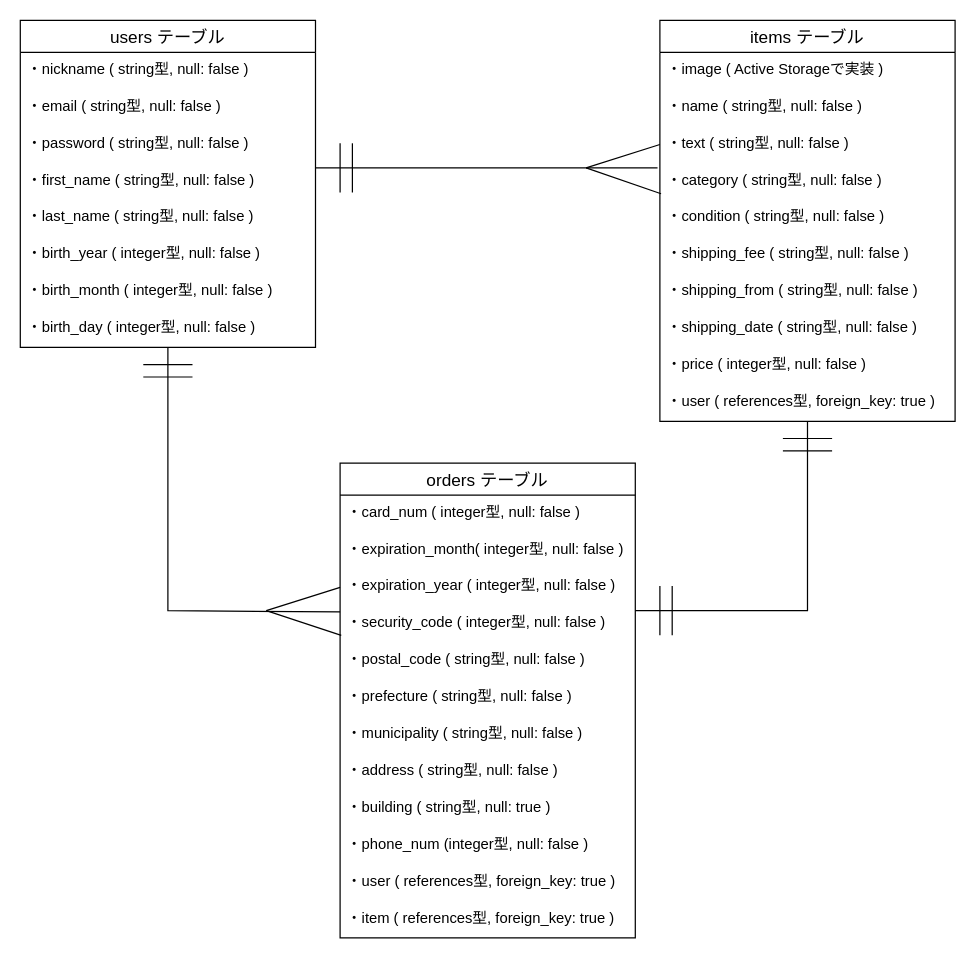
Earlier version of the draw.io diagram ER.dio (O-DAIKI/furima-31699). Source tidied: cells renumbered, new cells numbered last; positions are measured from the earlier drawing's top-left corner, leaving out a move shared by most shapes. Both pictures are drawn from the tidied source at 123%, with x=0, y=0 at pixel (20, 20).
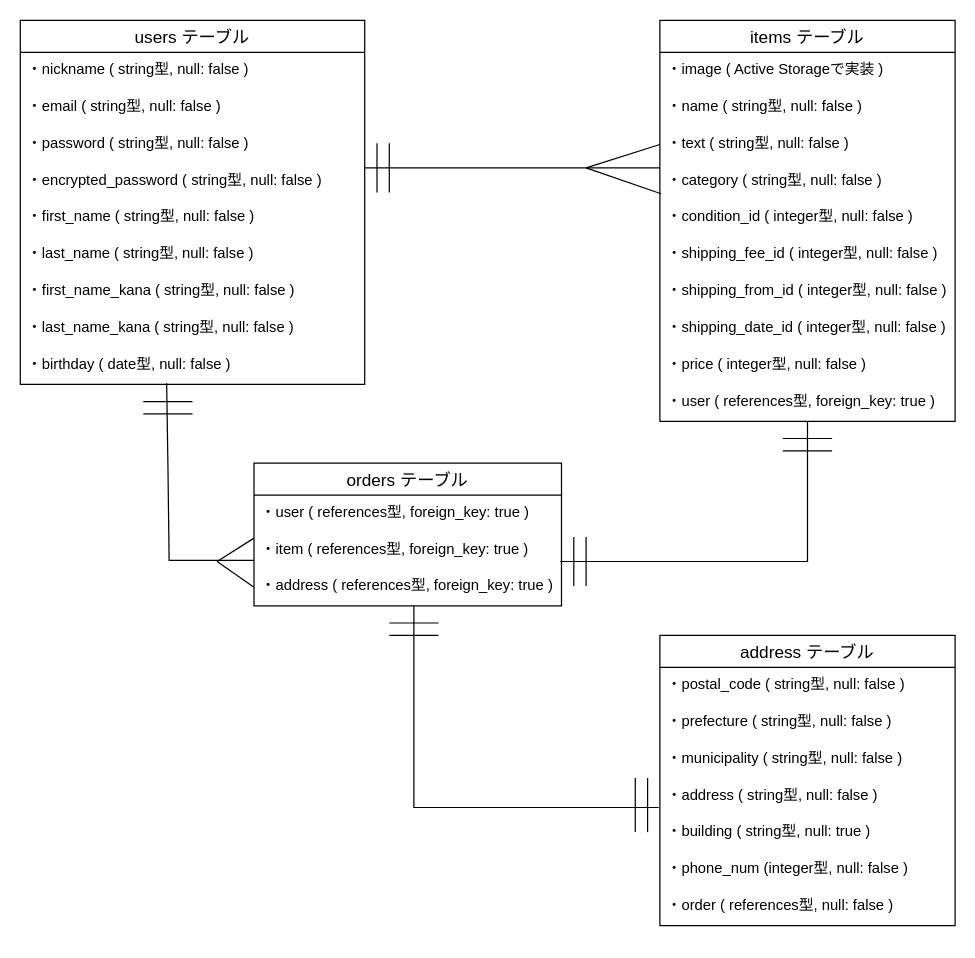
The same page after the edit.

Commit message (it also covers changes not shown here):
データベース再設計

Unchanged cells that the change refers to:
```xml
<mxCell id="11" value="items テーブル" style="swimlane;fontStyle=0;horizontal=1;startSize=26;align=center;fontSize=14;" parent="1" vertex="1">
  <mxGeometry x="520" width="240" height="326" as="geometry" />
</mxCell>
<mxCell id="17" value="・category ( string型, null: false )" style="text;strokeColor=none;fillColor=none;spacingLeft=4;spacingRight=4;overflow=hidden;points=[[0,0.5],[1,0.5]];portConstraint=eastwest;fontSize=12;" parent="11" vertex="1">
  <mxGeometry y="116" width="240" height="30" as="geometry" />
</mxCell>
<mxCell id="23" value="・user ( references型, foreign_key: true )" style="text;strokeColor=none;fillColor=none;spacingLeft=4;spacingRight=4;overflow=hidden;points=[[0,0.5],[1,0.5]];portConstraint=eastwest;fontSize=12;" parent="11" vertex="1">
  <mxGeometry y="296" width="240" height="30" as="geometry" />
</mxCell>
```

The edit, as a diff of the source:
```diff
@@
     <mxCell id="2" value="users テーブル" style="swimlane;fontStyle=0;horizontal=1;startSize=26;align=center;fontSize=14;" parent="1" vertex="1">
-      <mxGeometry width="240" height="266" as="geometry" />
+      <mxGeometry width="280" height="296" as="geometry" />
     </mxCell>
     <mxCell id="3" value="・nickname ( string型, null: false )" style="text;strokeColor=none;fillColor=none;spacingLeft=4;spacingRight=4;overflow=hidden;fontSize=12;" parent="2" vertex="1">
-      <mxGeometry y="26" width="240" height="30" as="geometry" />
+      <mxGeometry y="26" width="280" height="30" as="geometry" />
     </mxCell>
     <mxCell id="4" value="・email ( string型, null: false )" style="text;strokeColor=none;fillColor=none;spacingLeft=4;spacingRight=4;overflow=hidden;fontSize=12;" parent="2" vertex="1">
-      <mxGeometry y="56" width="240" height="30" as="geometry" />
+      <mxGeometry y="56" width="280" height="30" as="geometry" />
     </mxCell>
     <mxCell id="5" value="・password ( string型, null: false )" style="text;strokeColor=none;fillColor=none;spacingLeft=4;spacingRight=4;overflow=hidden;fontSize=12;" parent="2" vertex="1">
-      <mxGeometry y="86" width="240" height="30" as="geometry" />
+      <mxGeometry y="86" width="280" height="30" as="geometry" />
     </mxCell>
+    <mxCell id="50" value="・encrypted_password ( string型, null: false )" style="text;strokeColor=none;fillColor=none;spacingLeft=4;spacingRight=4;overflow=hidden;fontSize=12;" parent="2" vertex="1">
+      <mxGeometry y="116" width="280" height="30" as="geometry" />
+    </mxCell>
     <mxCell id="6" value="・first_name ( string型, null: false )" style="text;strokeColor=none;fillColor=none;spacingLeft=4;spacingRight=4;overflow=hidden;fontSize=12;" parent="2" vertex="1">
-      <mxGeometry y="116" width="240" height="30" as="geometry" />
+      <mxGeometry y="146" width="280" height="30" as="geometry" />
     </mxCell>
     <mxCell id="7" value="・last_name ( string型, null: false )" style="text;strokeColor=none;fillColor=none;spacingLeft=4;spacingRight=4;overflow=hidden;fontSize=12;" parent="2" vertex="1">
-      <mxGeometry y="146" width="240" height="30" as="geometry" />
+      <mxGeometry y="176" width="280" height="30" as="geometry" />
     </mxCell>
-    <mxCell id="8" value="・birth_year ( integer型, null: false )" style="text;strokeColor=none;fillColor=none;spacingLeft=4;spacingRight=4;overflow=hidden;fontSize=12;" parent="2" vertex="1">
-      <mxGeometry y="176" width="240" height="30" as="geometry" />
-    </mxCell>
-    <mxCell id="9" value="・birth_month ( integer型, null: false )" style="text;strokeColor=none;fillColor=none;spacingLeft=4;spacingRight=4;overflow=hidden;fontSize=12;" parent="2" vertex="1">
-      <mxGeometry y="206" width="240" height="30" as="geometry" />
-    </mxCell>
+    <mxCell id="51" value="・first_name_kana ( string型, null: false )" style="text;strokeColor=none;fillColor=none;spacingLeft=4;spacingRight=4;overflow=hidden;fontSize=12;" parent="2" vertex="1">
+      <mxGeometry y="206" width="280" height="30" as="geometry" />
+    </mxCell>
+    <mxCell id="52" value="・last_name_kana ( string型, null: false )" style="text;strokeColor=none;fillColor=none;spacingLeft=4;spacingRight=4;overflow=hidden;fontSize=12;" parent="2" vertex="1">
+      <mxGeometry y="236" width="280" height="30" as="geometry" />
+    </mxCell>
-    <mxCell id="10" value="・birth_day ( integer型, null: false )" style="text;strokeColor=none;fillColor=none;spacingLeft=4;spacingRight=4;overflow=hidden;points=[[0,0.5],[1,0.5]];portConstraint=eastwest;fontSize=12;" parent="2" vertex="1">
-      <mxGeometry y="236" width="240" height="30" as="geometry" />
+    <mxCell id="10" value="・birthday ( date型, null: false )" style="text;strokeColor=none;fillColor=none;spacingLeft=4;spacingRight=4;overflow=hidden;points=[[0,0.5],[1,0.5]];portConstraint=eastwest;fontSize=12;" parent="2" vertex="1">
+      <mxGeometry y="266" width="280" height="30" as="geometry" />
     </mxCell>
@@
-    <mxCell id="18" value="・condition ( string型, null: false )" style="text;strokeColor=none;fillColor=none;spacingLeft=4;spacingRight=4;overflow=hidden;fontSize=12;" parent="11" vertex="1">
+    <mxCell id="18" value="・condition_id ( integer型, null: false )" style="text;strokeColor=none;fillColor=none;spacingLeft=4;spacingRight=4;overflow=hidden;fontSize=12;" parent="11" vertex="1">
       <mxGeometry y="146" width="240" height="30" as="geometry" />
     </mxCell>
-    <mxCell id="19" value="・shipping_fee ( string型, null: false )" style="text;strokeColor=none;fillColor=none;spacingLeft=4;spacingRight=4;overflow=hidden;fontSize=12;" parent="11" vertex="1">
+    <mxCell id="19" value="・shipping_fee_id ( integer型, null: false )" style="text;strokeColor=none;fillColor=none;spacingLeft=4;spacingRight=4;overflow=hidden;fontSize=12;" parent="11" vertex="1">
       <mxGeometry y="176" width="240" height="30" as="geometry" />
     </mxCell>
-    <mxCell id="20" value="・shipping_from ( string型, null: false )" style="text;strokeColor=none;fillColor=none;spacingLeft=4;spacingRight=4;overflow=hidden;fontSize=12;" parent="11" vertex="1">
+    <mxCell id="20" value="・shipping_from_id ( integer型, null: false )" style="text;strokeColor=none;fillColor=none;spacingLeft=4;spacingRight=4;overflow=hidden;fontSize=12;" parent="11" vertex="1">
       <mxGeometry y="206" width="240" height="30" as="geometry" />
     </mxCell>
-    <mxCell id="21" value="・shipping_date ( string型, null: false )" style="text;strokeColor=none;fillColor=none;spacingLeft=4;spacingRight=4;overflow=hidden;fontSize=12;" parent="11" vertex="1">
+    <mxCell id="21" value="・shipping_date_id ( integer型, null: false )" style="text;strokeColor=none;fillColor=none;spacingLeft=4;spacingRight=4;overflow=hidden;fontSize=12;" parent="11" vertex="1">
       <mxGeometry y="236" width="240" height="30" as="geometry" />
     </mxCell>
@@
+    <mxCell id="38" style="endArrow=none;html=1;rounded=0;exitX=0.425;exitY=0.967;exitDx=0;exitDy=0;exitPerimeter=0;" parent="1" edge="1" source="10">
+      <mxGeometry relative="1" as="geometry">
+        <mxPoint x="190" y="439" as="targetPoint" />
+        <Array as="points">
+          <mxPoint x="120" y="360" />
+          <mxPoint x="121" y="439" />
+        </Array>
+      </mxGeometry>
+    </mxCell>
+    <mxCell id="45" style="endArrow=none;html=1;rounded=0;" parent="1" edge="1">
+      <mxGeometry relative="1" as="geometry">
+        <mxPoint x="280" y="120" as="sourcePoint" />
+        <mxPoint x="520" y="120" as="targetPoint" />
+      </mxGeometry>
+    </mxCell>
+    <mxCell id="46" style="endArrow=none;html=1;rounded=0;" parent="1" edge="1">
+      <mxGeometry relative="1" as="geometry">
+        <mxPoint x="290" y="100" as="sourcePoint" />
+        <mxPoint x="290" y="140" as="targetPoint" />
+      </mxGeometry>
+    </mxCell>
+    <mxCell id="47" style="endArrow=none;html=1;rounded=0;" parent="1" edge="1">
+      <mxGeometry relative="1" as="geometry">
+        <mxPoint x="300" y="100" as="sourcePoint" />
+        <mxPoint x="300" y="140" as="targetPoint" />
+      </mxGeometry>
+    </mxCell>
+    <mxCell id="48" style="endArrow=none;html=1;rounded=0;" parent="1" edge="1">
+      <mxGeometry relative="1" as="geometry">
+        <mxPoint x="100" y="310" as="sourcePoint" />
+        <mxPoint x="140" y="310" as="targetPoint" />
+      </mxGeometry>
+    </mxCell>
+    <mxCell id="49" style="endArrow=none;html=1;rounded=0;" parent="1" edge="1">
+      <mxGeometry relative="1" as="geometry">
+        <mxPoint x="100" y="320" as="sourcePoint" />
+        <mxPoint x="140" y="320" as="targetPoint" />
+      </mxGeometry>
+    </mxCell>
-    <mxCell id="24" value="orders テーブル" style="swimlane;fontStyle=0;horizontal=1;startSize=26;align=center;fontSize=14;" parent="1" vertex="1">
-      <mxGeometry x="260" y="360" width="240" height="386" as="geometry" />
+    <mxCell id="24" value="address テーブル" style="swimlane;fontStyle=0;horizontal=1;startSize=26;align=center;fontSize=14;" parent="1" vertex="1">
+      <mxGeometry x="520" y="500" width="240" height="236" as="geometry" />
     </mxCell>
-    <mxCell id="25" value="・card_num ( integer型, null: false )" style="text;strokeColor=none;fillColor=none;spacingLeft=4;spacingRight=4;overflow=hidden;fontSize=12;" parent="24" vertex="1">
-      <mxGeometry y="26" width="240" height="30" as="geometry" />
-    </mxCell>
-    <mxCell id="26" value="・expiration_month( integer型, null: false )" style="text;strokeColor=none;fillColor=none;spacingLeft=4;spacingRight=4;overflow=hidden;fontSize=12;" parent="24" vertex="1">
-      <mxGeometry y="56" width="240" height="30" as="geometry" />
-    </mxCell>
-    <mxCell id="27" value="・expiration_year ( integer型, null: false )" style="text;strokeColor=none;fillColor=none;spacingLeft=4;spacingRight=4;overflow=hidden;points=[[0,0.5],[1,0.5]];portConstraint=eastwest;fontSize=12;" parent="24" vertex="1">
-      <mxGeometry y="86" width="240" height="30" as="geometry" />
-    </mxCell>
-    <mxCell id="28" style="endArrow=none;html=1;rounded=0;entryX=0;entryY=0.5;entryDx=0;entryDy=0;" parent="24" edge="1" target="27">
-      <mxGeometry relative="1" as="geometry">
-        <mxPoint x="-60" y="120" as="sourcePoint" />
-      </mxGeometry>
-    </mxCell>
-    <mxCell id="29" value="・security_code ( integer型, null: false )" style="text;strokeColor=none;fillColor=none;spacingLeft=4;spacingRight=4;overflow=hidden;points=[[0,0.5],[1,0.5]];portConstraint=eastwest;fontSize=12;" parent="24" vertex="1">
-      <mxGeometry y="116" width="240" height="30" as="geometry" />
-    </mxCell>
     <mxCell id="30" value="・postal_code ( string型, null: false )" style="text;strokeColor=none;fillColor=none;spacingLeft=4;spacingRight=4;overflow=hidden;fontSize=12;" parent="24" vertex="1">
-      <mxGeometry y="146" width="240" height="30" as="geometry" />
+      <mxGeometry y="26" width="240" height="30" as="geometry" />
     </mxCell>
     <mxCell id="31" value="・prefecture ( string型, null: false )" style="text;strokeColor=none;fillColor=none;spacingLeft=4;spacingRight=4;overflow=hidden;fontSize=12;" parent="24" vertex="1">
-      <mxGeometry y="176" width="240" height="30" as="geometry" />
+      <mxGeometry y="56" width="240" height="30" as="geometry" />
     </mxCell>
     <mxCell id="32" value="・municipality ( string型, null: false )" style="text;strokeColor=none;fillColor=none;spacingLeft=4;spacingRight=4;overflow=hidden;fontSize=12;" parent="24" vertex="1">
-      <mxGeometry y="206" width="240" height="30" as="geometry" />
+      <mxGeometry y="86" width="240" height="30" as="geometry" />
     </mxCell>
+    <mxCell id="53" style="endArrow=none;html=1;rounded=0;" parent="24" edge="1">
+      <mxGeometry relative="1" as="geometry">
+        <mxPoint x="-10" y="116" as="sourcePoint" />
+        <mxPoint x="-10" y="160" as="targetPoint" />
+      </mxGeometry>
+    </mxCell>
+    <mxCell id="54" style="endArrow=none;html=1;rounded=0;" parent="24" edge="1">
+      <mxGeometry relative="1" as="geometry">
+        <mxPoint x="-20" y="116" as="sourcePoint" />
+        <mxPoint x="-20" y="160" as="targetPoint" />
+      </mxGeometry>
+    </mxCell>
     <mxCell id="33" value="・address ( string型, null: false )" style="text;strokeColor=none;fillColor=none;spacingLeft=4;spacingRight=4;overflow=hidden;points=[[0,0.5],[1,0.5]];portConstraint=eastwest;fontSize=12;" parent="24" vertex="1">
-      <mxGeometry y="236" width="240" height="30" as="geometry" />
+      <mxGeometry y="116" width="240" height="30" as="geometry" />
     </mxCell>
     <mxCell id="34" value="・building ( string型, null: true )" style="text;strokeColor=none;fillColor=none;spacingLeft=4;spacingRight=4;overflow=hidden;fontSize=12;" parent="24" vertex="1">
-      <mxGeometry y="266" width="240" height="30" as="geometry" />
+      <mxGeometry y="146" width="240" height="30" as="geometry" />
     </mxCell>
     <mxCell id="35" value="・phone_num (integer型, null: false )" style="text;strokeColor=none;fillColor=none;spacingLeft=4;spacingRight=4;overflow=hidden;fontSize=12;" parent="24" vertex="1">
-      <mxGeometry y="296" width="240" height="30" as="geometry" />
+      <mxGeometry y="176" width="240" height="30" as="geometry" />
     </mxCell>
+    <mxCell id="55" value="・order ( references型, null: false )" style="text;strokeColor=none;fillColor=none;spacingLeft=4;spacingRight=4;overflow=hidden;fontSize=12;" parent="24" vertex="1">
+      <mxGeometry y="206" width="240" height="30" as="geometry" />
+    </mxCell>
+    <mxCell id="56" value="orders テーブル" style="swimlane;fontStyle=0;horizontal=1;startSize=26;align=center;fontSize=14;" parent="1" vertex="1">
+      <mxGeometry x="190" y="360" width="250" height="116" as="geometry" />
+    </mxCell>
-    <mxCell id="36" value="・user ( references型, foreign_key: true )" style="text;strokeColor=none;fillColor=none;spacingLeft=4;spacingRight=4;overflow=hidden;fontSize=12;" parent="24" vertex="1">
-      <mxGeometry y="326" width="240" height="30" as="geometry" />
+    <mxCell id="36" value="・user ( references型, foreign_key: true )" style="text;strokeColor=none;fillColor=none;spacingLeft=4;spacingRight=4;overflow=hidden;fontSize=12;" parent="56" vertex="1">
+      <mxGeometry y="26" width="250" height="30" as="geometry" />
     </mxCell>
-    <mxCell id="37" value="・item ( references型, foreign_key: true )" style="text;strokeColor=none;fillColor=none;spacingLeft=4;spacingRight=4;overflow=hidden;points=[[0,0.5],[1,0.5]];portConstraint=eastwest;fontSize=12;" parent="24" vertex="1">
-      <mxGeometry y="356" width="240" height="30" as="geometry" />
+    <mxCell id="37" value="・item ( references型, foreign_key: true )" style="text;strokeColor=none;fillColor=none;spacingLeft=4;spacingRight=4;overflow=hidden;points=[[0,0.5],[1,0.5]];portConstraint=eastwest;fontSize=12;" parent="56" vertex="1">
+      <mxGeometry y="56" width="250" height="30" as="geometry" />
     </mxCell>
-    <mxCell id="38" style="endArrow=none;html=1;rounded=0;entryX=0;entryY=0.167;entryDx=0;entryDy=0;entryPerimeter=0;" parent="1" edge="1" source="10" target="29">
-      <mxGeometry relative="1" as="geometry">
-        <Array as="points">
-          <mxPoint x="120" y="480" />
-        </Array>
-      </mxGeometry>
-    </mxCell>
-    <mxCell id="39" style="endArrow=none;html=1;rounded=0;entryX=0.004;entryY=0.8;entryDx=0;entryDy=0;entryPerimeter=0;" parent="1" edge="1" target="29">
-      <mxGeometry relative="1" as="geometry">
-        <mxPoint x="200" y="480" as="sourcePoint" />
-      </mxGeometry>
-    </mxCell>
+    <mxCell id="57" style="endArrow=none;html=1;rounded=0;entryX=0;entryY=0.5;entryDx=0;entryDy=0;" parent="56" edge="1" target="59">
+      <mxGeometry relative="1" as="geometry">
+        <mxPoint x="-30" y="80" as="sourcePoint" />
+      </mxGeometry>
+    </mxCell>
+    <mxCell id="58" style="endArrow=none;html=1;rounded=0;" parent="56" edge="1">
+      <mxGeometry relative="1" as="geometry">
+        <mxPoint x="-30" y="80" as="sourcePoint" />
+        <mxPoint y="61" as="targetPoint" />
+      </mxGeometry>
+    </mxCell>
+    <mxCell id="59" value="・address ( references型, foreign_key: true )" style="text;strokeColor=none;fillColor=none;spacingLeft=4;spacingRight=4;overflow=hidden;points=[[0,0.5],[1,0.5]];portConstraint=eastwest;fontSize=12;" parent="56" vertex="1">
+      <mxGeometry y="86" width="250" height="30" as="geometry" />
+    </mxCell>
+    <mxCell id="60" style="endArrow=none;html=1;rounded=0;entryX=-0.004;entryY=0.8;entryDx=0;entryDy=0;entryPerimeter=0;" parent="56" edge="1" target="33">
+      <mxGeometry relative="1" as="geometry">
+        <mxPoint x="130" y="116" as="sourcePoint" />
+        <Array as="points">
+          <mxPoint x="130" y="280" />
+        </Array>
+      </mxGeometry>
+    </mxCell>
+    <mxCell id="61" style="group;" parent="1" vertex="1">
+      <mxGeometry x="450" y="340" width="210" height="120" as="geometry" />
+    </mxCell>
-    <mxCell id="40" style="endArrow=none;html=1;rounded=0;" parent="1" edge="1" target="23">
+    <mxCell id="40" style="endArrow=none;html=1;rounded=0;exitX=0.996;exitY=0.8;exitDx=0;exitDy=0;exitPerimeter=0;" parent="61" edge="1" source="37" target="23">
       <mxGeometry relative="1" as="geometry">
-        <mxPoint x="500" y="480" as="sourcePoint" />
         <Array as="points">
-          <mxPoint x="640" y="480" />
+          <mxPoint x="190" y="100" />
         </Array>
       </mxGeometry>
     </mxCell>
-    <mxCell id="41" style="endArrow=none;html=1;rounded=0;" parent="1" edge="1">
+    <mxCell id="41" style="endArrow=none;html=1;rounded=0;" parent="61" edge="1">
       <mxGeometry relative="1" as="geometry">
-        <mxPoint x="520" y="460" as="sourcePoint" />
-        <mxPoint x="520" y="500" as="targetPoint" />
+        <mxPoint y="80" as="sourcePoint" />
+        <mxPoint y="120" as="targetPoint" />
       </mxGeometry>
     </mxCell>
-    <mxCell id="42" style="endArrow=none;html=1;rounded=0;" parent="1" edge="1">
+    <mxCell id="42" style="endArrow=none;html=1;rounded=0;" parent="61" edge="1">
       <mxGeometry relative="1" as="geometry">
-        <mxPoint x="530" y="460" as="sourcePoint" />
-        <mxPoint x="530" y="500" as="targetPoint" />
+        <mxPoint x="10" y="80" as="sourcePoint" />
+        <mxPoint x="10" y="120" as="targetPoint" />
       </mxGeometry>
     </mxCell>
-    <mxCell id="43" style="endArrow=none;html=1;rounded=0;" parent="1" edge="1">
+    <mxCell id="43" style="endArrow=none;html=1;rounded=0;" parent="61" edge="1">
       <mxGeometry relative="1" as="geometry">
-        <mxPoint x="660" y="340" as="sourcePoint" />
-        <mxPoint x="620" y="340" as="targetPoint" />
+        <mxPoint x="210" as="sourcePoint" />
+        <mxPoint x="170" as="targetPoint" />
       </mxGeometry>
     </mxCell>
-    <mxCell id="44" style="endArrow=none;html=1;rounded=0;" parent="1" edge="1">
+    <mxCell id="44" style="endArrow=none;html=1;rounded=0;" parent="61" edge="1">
       <mxGeometry relative="1" as="geometry">
-        <mxPoint x="660" y="350" as="sourcePoint" />
-        <mxPoint x="620" y="350" as="targetPoint" />
+        <mxPoint x="210" y="10" as="sourcePoint" />
+        <mxPoint x="170" y="10" as="targetPoint" />
       </mxGeometry>
     </mxCell>
-    <mxCell id="45" style="endArrow=none;html=1;rounded=0;entryX=-0.008;entryY=0.133;entryDx=0;entryDy=0;entryPerimeter=0;" parent="1" edge="1" target="17">
-      <mxGeometry relative="1" as="geometry">
-        <mxPoint x="240" y="120" as="sourcePoint" />
-      </mxGeometry>
-    </mxCell>
-    <mxCell id="46" style="endArrow=none;html=1;rounded=0;" parent="1" edge="1">
-      <mxGeometry relative="1" as="geometry">
-        <mxPoint x="260" y="100" as="sourcePoint" />
-        <mxPoint x="260" y="140" as="targetPoint" />
-      </mxGeometry>
-    </mxCell>
-    <mxCell id="47" style="endArrow=none;html=1;rounded=0;" parent="1" edge="1">
-      <mxGeometry relative="1" as="geometry">
-        <mxPoint x="270" y="100" as="sourcePoint" />
-        <mxPoint x="270" y="140" as="targetPoint" />
-      </mxGeometry>
-    </mxCell>
-    <mxCell id="48" style="endArrow=none;html=1;rounded=0;" parent="1" edge="1">
-      <mxGeometry relative="1" as="geometry">
-        <mxPoint x="100" y="280" as="sourcePoint" />
-        <mxPoint x="140" y="280" as="targetPoint" />
-      </mxGeometry>
-    </mxCell>
-    <mxCell id="49" style="endArrow=none;html=1;rounded=0;" parent="1" edge="1">
-      <mxGeometry relative="1" as="geometry">
-        <mxPoint x="100" y="290" as="sourcePoint" />
-        <mxPoint x="140" y="290" as="targetPoint" />
-      </mxGeometry>
-    </mxCell>
+    <mxCell id="62" style="endArrow=none;html=1;rounded=0;" parent="1" edge="1">
+      <mxGeometry relative="1" as="geometry">
+        <mxPoint x="300" y="490" as="sourcePoint" />
+        <mxPoint x="340" y="490" as="targetPoint" />
+      </mxGeometry>
+    </mxCell>
+    <mxCell id="63" style="endArrow=none;html=1;rounded=0;" parent="1" edge="1">
+      <mxGeometry relative="1" as="geometry">
+        <mxPoint x="300" y="500" as="sourcePoint" />
+        <mxPoint x="340" y="500" as="targetPoint" />
+      </mxGeometry>
+    </mxCell>
```
